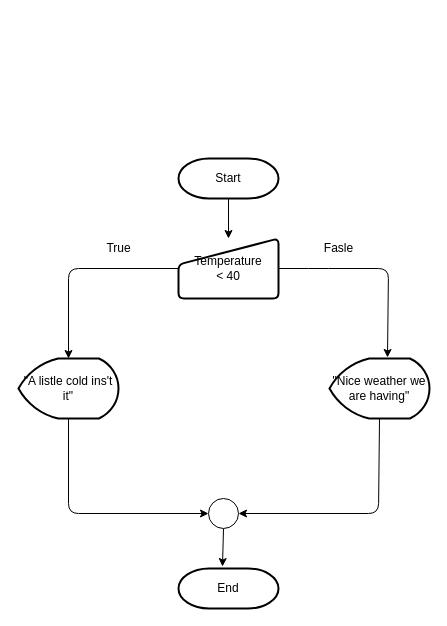
This is L02/ex_2.drawio from Thanormsaksudsee/INET-Python, a draw.io file, before an edit. Source tidied: cells renumbered, new cells numbered last; positions are measured from the earlier drawing's top-left corner, leaving out a move shared by most shapes. Both pictures are drawn from the tidied source at 100%, with x=0, y=0 at pixel (18, 158).
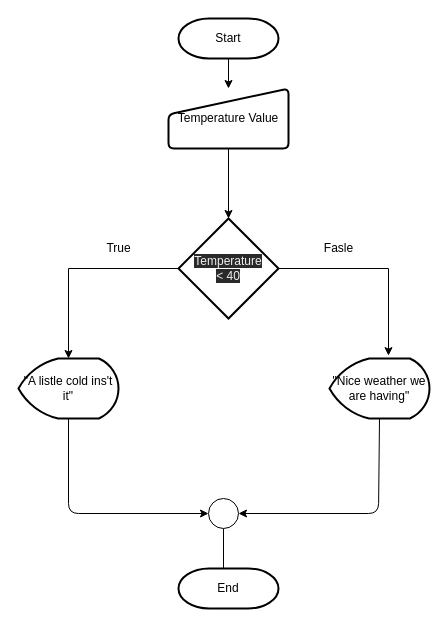
After the change.

Unchanged cells that the change refers to:
```xml
<mxCell id="8" value="&quot;A listle cold ins't it&quot;" style="strokeWidth=2;html=1;shape=mxgraph.flowchart.display;whiteSpace=wrap;" parent="1" vertex="1">
  <mxGeometry y="200" width="100" height="60" as="geometry" />
</mxCell>
<mxCell id="10" value="&quot;Nice weather we are having&quot;" style="strokeWidth=2;html=1;shape=mxgraph.flowchart.display;whiteSpace=wrap;" parent="1" vertex="1">
  <mxGeometry x="311" y="200" width="100" height="60" as="geometry" />
</mxCell>
<mxCell id="12" style="verticalLabelPosition=bottom;verticalAlign=top;html=1;shape=mxgraph.flowchart.on-page_reference;" parent="1" vertex="1">
  <mxGeometry x="190" y="340" width="30" height="30" as="geometry" />
</mxCell>
<mxCell id="13" value="End" style="strokeWidth=2;html=1;shape=mxgraph.flowchart.terminator;whiteSpace=wrap;" parent="1" vertex="1">
  <mxGeometry x="160" y="410" width="100" height="40" as="geometry" />
</mxCell>
```

Change to the diagram source:
```diff
@@
-    <mxCell id="2" style="edgeStyle=none;html=1;exitX=0.5;exitY=1;exitDx=0;exitDy=0;exitPerimeter=0;entryX=0.5;entryY=0;entryDx=0;entryDy=0;" parent="1" edge="1" source="3" target="6">
-      <mxGeometry relative="1" as="geometry" />
-    </mxCell>
+    <mxCell id="16" style="edgeStyle=none;html=1;exitX=0.5;exitY=1;exitDx=0;exitDy=0;exitPerimeter=0;entryX=0.5;entryY=0;entryDx=0;entryDy=0;" parent="1" edge="1" source="3" target="18">
+      <mxGeometry relative="1" as="geometry" />
+    </mxCell>
     <mxCell id="3" value="Start" style="strokeWidth=2;html=1;shape=mxgraph.flowchart.terminator;whiteSpace=wrap;" parent="1" vertex="1">
-      <mxGeometry x="160" width="100" height="40" as="geometry" />
+      <mxGeometry x="160" y="-140" width="100" height="40" as="geometry" />
     </mxCell>
-    <mxCell id="4" style="edgeStyle=none;html=1;exitX=1;exitY=0.5;exitDx=0;exitDy=0;entryX=0.58;entryY=-0.017;entryDx=0;entryDy=0;entryPerimeter=0;" parent="1" edge="1" source="6" target="10">
-      <mxGeometry relative="1" as="geometry">
-        <Array as="points">
-          <mxPoint x="300" y="110" />
-          <mxPoint x="370" y="110" />
-        </Array>
-      </mxGeometry>
-    </mxCell>
-    <mxCell id="5" style="edgeStyle=none;html=1;exitX=0;exitY=0.5;exitDx=0;exitDy=0;entryX=0.5;entryY=0;entryDx=0;entryDy=0;entryPerimeter=0;" parent="1" edge="1" source="6" target="8">
-      <mxGeometry relative="1" as="geometry">
-        <Array as="points">
-          <mxPoint x="50" y="110" />
-        </Array>
-      </mxGeometry>
-    </mxCell>
-    <mxCell id="6" value="Temperature&lt;br&gt;&amp;lt; 40" style="html=1;strokeWidth=2;shape=manualInput;whiteSpace=wrap;rounded=1;size=26;arcSize=11;" parent="1" vertex="1">
-      <mxGeometry x="160" y="80" width="100" height="60" as="geometry" />
-    </mxCell>
@@
-    <mxCell id="11" style="edgeStyle=none;html=1;exitX=0.5;exitY=1;exitDx=0;exitDy=0;exitPerimeter=0;entryX=0.44;entryY=-0.05;entryDx=0;entryDy=0;entryPerimeter=0;" parent="1" edge="1" source="12" target="13">
+    <mxCell id="11" style="edgeStyle=none;rounded=0;html=1;exitX=0.5;exitY=1;exitDx=0;exitDy=0;exitPerimeter=0;entryX=0.45;entryY=0.25;entryDx=0;entryDy=0;entryPerimeter=0;" parent="1" edge="1" source="12" target="13">
       <mxGeometry relative="1" as="geometry" />
     </mxCell>
@@
+    <mxCell id="17" style="edgeStyle=none;html=1;exitX=0.5;exitY=1;exitDx=0;exitDy=0;entryX=0.5;entryY=0;entryDx=0;entryDy=0;entryPerimeter=0;" parent="1" edge="1" source="18" target="6">
+      <mxGeometry relative="1" as="geometry" />
+    </mxCell>
+    <mxCell id="18" value="&lt;span&gt;Temperature Value&lt;/span&gt;" style="html=1;strokeWidth=2;shape=manualInput;whiteSpace=wrap;rounded=1;size=26;arcSize=11;" parent="1" vertex="1">
+      <mxGeometry x="150" y="-70" width="120" height="60" as="geometry" />
+    </mxCell>
+    <mxCell id="4" style="edgeStyle=none;html=1;exitX=1;exitY=0.5;exitDx=0;exitDy=0;exitPerimeter=0;entryX=0.59;entryY=-0.048;entryDx=0;entryDy=0;entryPerimeter=0;rounded=0;" parent="1" edge="1" source="6" target="10">
+      <mxGeometry relative="1" as="geometry">
+        <Array as="points">
+          <mxPoint x="370" y="110" />
+        </Array>
+      </mxGeometry>
+    </mxCell>
+    <mxCell id="5" style="edgeStyle=none;html=1;exitX=0;exitY=0.5;exitDx=0;exitDy=0;exitPerimeter=0;entryX=0.5;entryY=0;entryDx=0;entryDy=0;entryPerimeter=0;rounded=0;" parent="1" edge="1" source="6" target="8">
+      <mxGeometry relative="1" as="geometry">
+        <Array as="points">
+          <mxPoint x="50" y="110" />
+        </Array>
+      </mxGeometry>
+    </mxCell>
+    <mxCell id="6" value="&#10;&#10;&lt;span style=&quot;color: rgb(240, 240, 240); font-family: helvetica; font-size: 12px; font-style: normal; font-weight: 400; letter-spacing: normal; text-align: center; text-indent: 0px; text-transform: none; word-spacing: 0px; background-color: rgb(42, 42, 42); display: inline; float: none;&quot;&gt;Temperature&lt;/span&gt;&lt;br style=&quot;color: rgb(240, 240, 240); font-family: helvetica; font-size: 12px; font-style: normal; font-weight: 400; letter-spacing: normal; text-align: center; text-indent: 0px; text-transform: none; word-spacing: 0px; background-color: rgb(42, 42, 42);&quot;&gt;&lt;span style=&quot;color: rgb(240, 240, 240); font-family: helvetica; font-size: 12px; font-style: normal; font-weight: 400; letter-spacing: normal; text-align: center; text-indent: 0px; text-transform: none; word-spacing: 0px; background-color: rgb(42, 42, 42); display: inline; float: none;&quot;&gt;&amp;lt; 40&lt;/span&gt;&#10;&#10;" style="strokeWidth=2;html=1;shape=mxgraph.flowchart.decision;whiteSpace=wrap;" parent="1" vertex="1">
+      <mxGeometry x="160" y="60" width="100" height="100" as="geometry" />
+    </mxCell>
```
